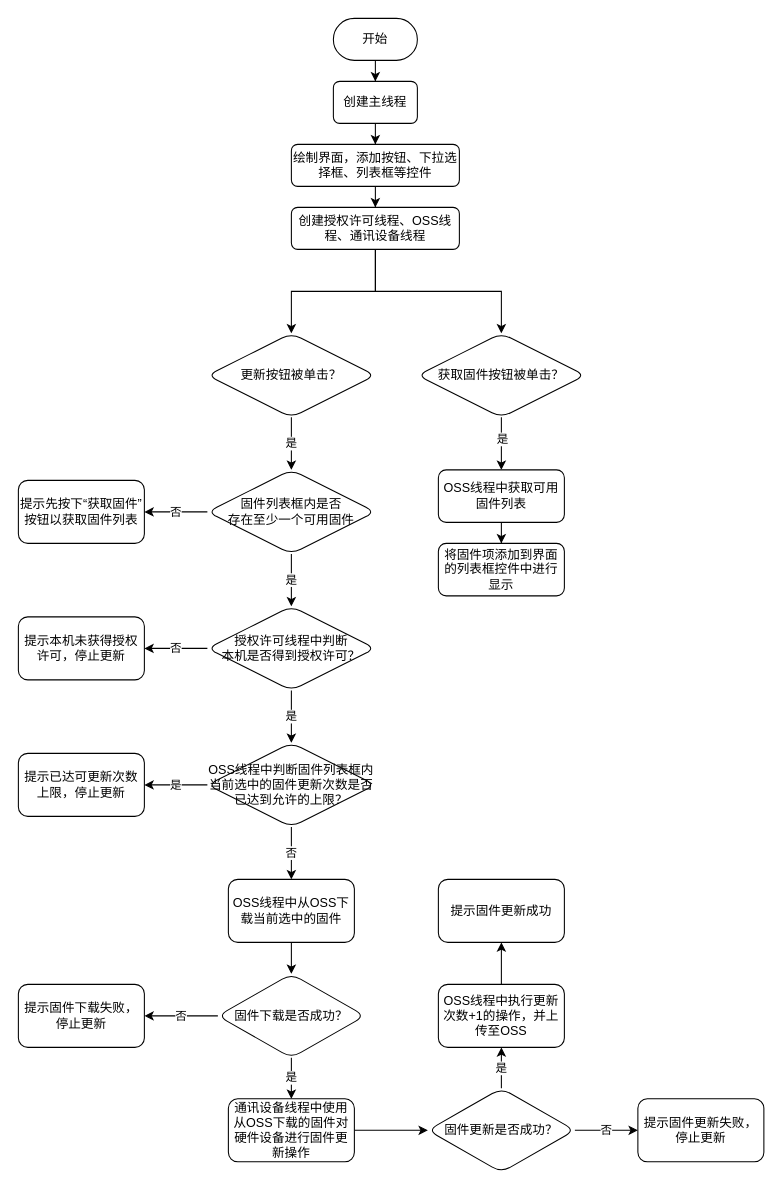
This is page "整体流程图" (2 of 2) of DBC_Analyzer.drawio from SummerFalls/DrawIO, a draw.io file, before an edit. Source tidied: cells renumbered, new cells numbered last; positions are measured from the earlier drawing's top-left corner, leaving out a move shared by most shapes. Both pictures are drawn from the tidied source at 105%, with x=0, y=0 at pixel (18, 18).
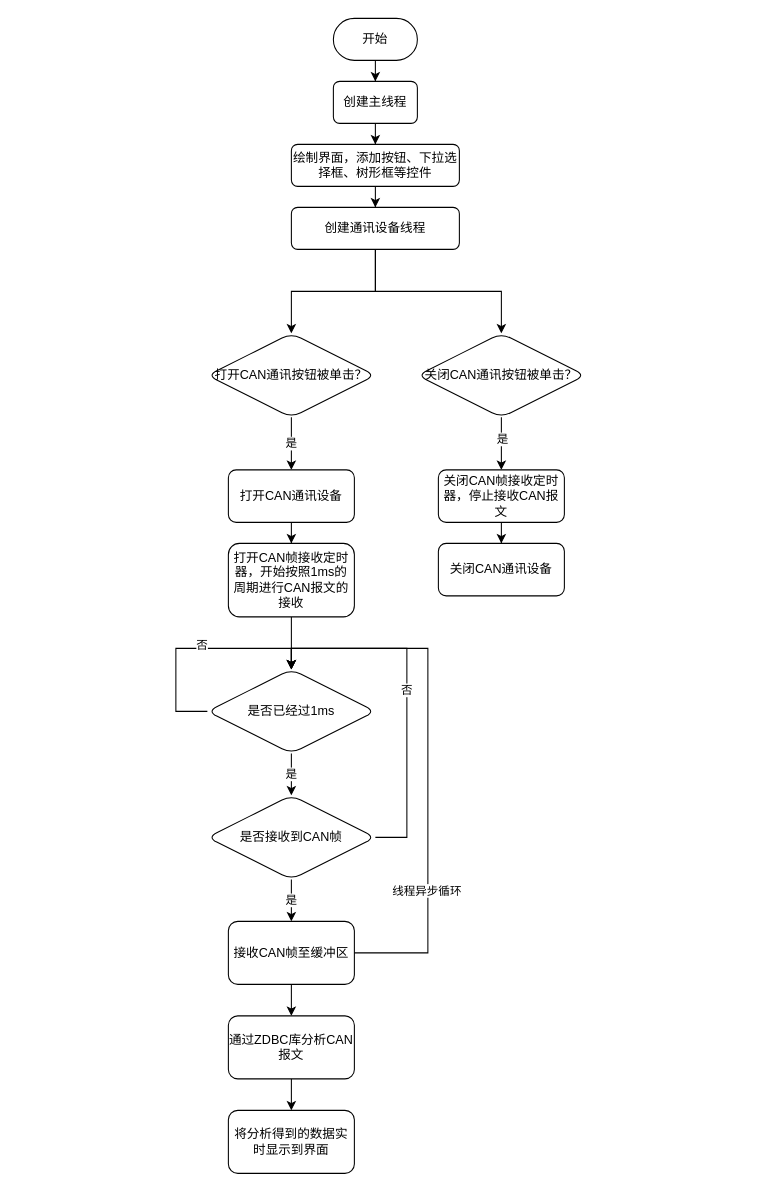
Above is the later version.

Change to the diagram source:
```diff
@@
-    <mxCell id="7" value="绘制界面，添加按钮、下拉选择框、列表框等控件" style="rounded=1;whiteSpace=wrap;html=1;" parent="1" vertex="1">
+    <mxCell id="7" value="绘制界面，添加按钮、下拉选择框、树形框等控件" style="rounded=1;whiteSpace=wrap;html=1;" parent="1" vertex="1">
       <mxGeometry x="260" y="120" width="160" height="40" as="geometry" />
     </mxCell>
@@
-    <mxCell id="10" value="创建授权许可线程、OSS线程、通讯设备线程" style="rounded=1;whiteSpace=wrap;html=1;" parent="1" vertex="1">
+    <mxCell id="10" value="创建通讯设备线程" style="rounded=1;whiteSpace=wrap;html=1;" parent="1" vertex="1">
       <mxGeometry x="260" y="180" width="160" height="40" as="geometry" />
     </mxCell>
@@
-    <mxCell id="13" value="获取固件按钮被单击？" style="rhombus;whiteSpace=wrap;html=1;rounded=1;" parent="1" vertex="1">
+    <mxCell id="13" value="关闭CAN通讯按钮被单击？" style="rhombus;whiteSpace=wrap;html=1;rounded=1;" parent="1" vertex="1">
       <mxGeometry x="380" y="300" width="160" height="80" as="geometry" />
     </mxCell>
@@
-    <mxCell id="15" value="OSS线程中获取可用固件列表" style="whiteSpace=wrap;html=1;rounded=1;" parent="1" vertex="1">
+    <mxCell id="15" value="关闭CAN帧接收定时器，停止接收CAN报文" style="whiteSpace=wrap;html=1;rounded=1;" parent="1" vertex="1">
       <mxGeometry x="400" y="430" width="120" height="50" as="geometry" />
     </mxCell>
-    <mxCell id="16" value="是" style="edgeStyle=orthogonalEdgeStyle;rounded=0;jettySize=auto;html=1;" parent="1" edge="1" source="17" target="22">
+    <mxCell id="16" value="是" style="edgeStyle=orthogonalEdgeStyle;rounded=0;jettySize=auto;html=1;entryX=0.5;entryY=0;entryDx=0;entryDy=0;" parent="1" edge="1" source="17" target="32">
       <mxGeometry relative="1" as="geometry" />
     </mxCell>
-    <mxCell id="17" value="更新按钮被单击？" style="rhombus;whiteSpace=wrap;html=1;rounded=1;" parent="1" vertex="1">
+    <mxCell id="17" value="打开CAN通讯按钮被单击？" style="rhombus;whiteSpace=wrap;html=1;rounded=1;" parent="1" vertex="1">
       <mxGeometry x="180" y="300" width="160" height="80" as="geometry" />
     </mxCell>
-    <mxCell id="18" value="将固件项添加到界面的列表框控件中进行显示" style="whiteSpace=wrap;html=1;rounded=1;" parent="1" vertex="1">
+    <mxCell id="18" value="关闭CAN通讯设备" style="whiteSpace=wrap;html=1;rounded=1;" parent="1" vertex="1">
       <mxGeometry x="400" y="500" width="120" height="50" as="geometry" />
     </mxCell>
-    <mxCell id="19" value="提示先按下“获取固件”按钮以获取固件列表" style="whiteSpace=wrap;html=1;rounded=1;" parent="1" vertex="1">
-      <mxGeometry y="440" width="120" height="60" as="geometry" />
-    </mxCell>
-    <mxCell id="20" value="是" style="edgeStyle=orthogonalEdgeStyle;rounded=0;jettySize=auto;html=1;" parent="1" edge="1" source="22" target="25">
-      <mxGeometry relative="1" as="geometry" />
-    </mxCell>
-    <mxCell id="21" value="否" style="edgeStyle=orthogonalEdgeStyle;rounded=0;jettySize=auto;html=1;" parent="1" edge="1" source="22" target="19">
-      <mxGeometry relative="1" as="geometry" />
-    </mxCell>
+    <mxCell id="46" value="是" style="edgeStyle=orthogonalEdgeStyle;rounded=0;jettySize=auto;html=1;" parent="1" edge="1" source="22" target="53">
+      <mxGeometry relative="1" as="geometry">
+        <Array as="points">
+          <mxPoint x="260" y="740" />
+          <mxPoint x="260" y="740" />
+        </Array>
+      </mxGeometry>
+    </mxCell>
+    <mxCell id="47" style="edgeStyle=orthogonalEdgeStyle;rounded=0;jettySize=auto;html=1;exitX=0;exitY=0.5;exitDx=0;exitDy=0;" parent="1" edge="1" source="22">
+      <mxGeometry relative="1" as="geometry">
+        <mxPoint x="260" y="620" as="targetPoint" />
+        <Array as="points">
+          <mxPoint x="150" y="660" />
+          <mxPoint x="150" y="600" />
+          <mxPoint x="260" y="600" />
+        </Array>
+      </mxGeometry>
+    </mxCell>
+    <mxCell id="48" value="否" style="edgeLabel;html=1;align=center;verticalAlign=middle;" parent="47" vertex="1">
+      <mxGeometry x="0.04" y="4" relative="1" as="geometry" />
+    </mxCell>
-    <mxCell id="22" value="固件列表框内是否&lt;br&gt;存在至少一个可用固件" style="rhombus;whiteSpace=wrap;html=1;rounded=1;" parent="1" vertex="1">
-      <mxGeometry x="180" y="430" width="160" height="80" as="geometry" />
+    <mxCell id="22" value="是否已经过1ms" style="rhombus;whiteSpace=wrap;html=1;rounded=1;" parent="1" vertex="1">
+      <mxGeometry x="180" y="620" width="160" height="80" as="geometry" />
     </mxCell>
-    <mxCell id="23" value="否" style="edgeStyle=orthogonalEdgeStyle;rounded=0;jettySize=auto;html=1;" parent="1" edge="1" source="25" target="26">
-      <mxGeometry relative="1" as="geometry" />
-    </mxCell>
-    <mxCell id="24" value="是" style="edgeStyle=orthogonalEdgeStyle;rounded=0;jettySize=auto;html=1;" parent="1" edge="1" source="25" target="29">
-      <mxGeometry relative="1" as="geometry" />
-    </mxCell>
-    <mxCell id="25" value="授权许可线程中判断&lt;br&gt;本机是否得到授权许可？" style="rhombus;whiteSpace=wrap;html=1;rounded=1;" parent="1" vertex="1">
-      <mxGeometry x="180" y="560" width="160" height="80" as="geometry" />
-    </mxCell>
-    <mxCell id="26" value="提示本机未获得授权许可，停止更新" style="whiteSpace=wrap;html=1;rounded=1;" parent="1" vertex="1">
-      <mxGeometry y="570" width="120" height="60" as="geometry" />
-    </mxCell>
-    <mxCell id="27" value="是" style="edgeStyle=orthogonalEdgeStyle;rounded=0;jettySize=auto;html=1;" parent="1" edge="1" source="29" target="30">
-      <mxGeometry relative="1" as="geometry" />
-    </mxCell>
-    <mxCell id="28" value="否" style="edgeStyle=orthogonalEdgeStyle;rounded=0;jettySize=auto;html=1;" parent="1" edge="1" source="29" target="32">
-      <mxGeometry relative="1" as="geometry" />
-    </mxCell>
-    <mxCell id="29" value="OSS线程中判断固件列表框内当前选中的固件更新次数是否已达到允许的上限？" style="rhombus;whiteSpace=wrap;html=1;rounded=1;" parent="1" vertex="1">
-      <mxGeometry x="180" y="690" width="160" height="80" as="geometry" />
-    </mxCell>
-    <mxCell id="30" value="提示已达可更新次数上限，停止更新" style="whiteSpace=wrap;html=1;rounded=1;" parent="1" vertex="1">
-      <mxGeometry y="700" width="120" height="60" as="geometry" />
-    </mxCell>
-    <mxCell id="31" style="edgeStyle=orthogonalEdgeStyle;rounded=0;jettySize=auto;html=1;" parent="1" edge="1" source="32" target="35">
+    <mxCell id="31" style="edgeStyle=orthogonalEdgeStyle;rounded=0;jettySize=auto;html=1;entryX=0.5;entryY=0;entryDx=0;entryDy=0;" parent="1" edge="1" source="32" target="36">
       <mxGeometry relative="1" as="geometry" />
     </mxCell>
-    <mxCell id="32" value="&lt;span&gt;OSS线程中从OSS下载当前选中的固件&lt;/span&gt;" style="whiteSpace=wrap;html=1;rounded=1;" parent="1" vertex="1">
-      <mxGeometry x="200" y="820" width="120" height="60" as="geometry" />
+    <mxCell id="32" value="&lt;span&gt;打开CAN通讯设备&lt;/span&gt;" style="whiteSpace=wrap;html=1;rounded=1;" parent="1" vertex="1">
+      <mxGeometry x="200" y="430" width="120" height="50" as="geometry" />
     </mxCell>
-    <mxCell id="33" value="否" style="edgeStyle=orthogonalEdgeStyle;rounded=0;jettySize=auto;html=1;" parent="1" edge="1" source="35" target="36">
-      <mxGeometry relative="1" as="geometry" />
-    </mxCell>
-    <mxCell id="34" value="是" style="edgeStyle=orthogonalEdgeStyle;rounded=0;jettySize=auto;html=1;" parent="1" edge="1" source="35" target="38">
-      <mxGeometry relative="1" as="geometry" />
-    </mxCell>
-    <mxCell id="35" value="固件下载是否成功？" style="rhombus;whiteSpace=wrap;html=1;rounded=1;" parent="1" vertex="1">
-      <mxGeometry x="190" y="910" width="140" height="80" as="geometry" />
-    </mxCell>
+    <mxCell id="49" style="edgeStyle=orthogonalEdgeStyle;rounded=0;jettySize=auto;html=1;" parent="1" edge="1" source="36" target="22">
+      <mxGeometry relative="1" as="geometry" />
+    </mxCell>
-    <mxCell id="36" value="提示固件下载失败，停止更新" style="whiteSpace=wrap;html=1;rounded=1;" parent="1" vertex="1">
-      <mxGeometry y="920" width="120" height="60" as="geometry" />
+    <mxCell id="36" value="打开CAN帧接收定时器，开始按照1ms的周期进行CAN报文的接收" style="whiteSpace=wrap;html=1;rounded=1;" parent="1" vertex="1">
+      <mxGeometry x="200" y="500" width="120" height="70" as="geometry" />
     </mxCell>
-    <mxCell id="37" style="edgeStyle=orthogonalEdgeStyle;rounded=0;jettySize=auto;html=1;" parent="1" edge="1" source="38" target="41">
-      <mxGeometry relative="1" as="geometry" />
-    </mxCell>
-    <mxCell id="38" value="通讯设备线程中使用从OSS下载的固件对硬件设备进行固件更新操作" style="whiteSpace=wrap;html=1;rounded=1;" parent="1" vertex="1">
-      <mxGeometry x="200" y="1029" width="120" height="60" as="geometry" />
-    </mxCell>
-    <mxCell id="39" value="否" style="edgeStyle=orthogonalEdgeStyle;rounded=0;jettySize=auto;html=1;" parent="1" edge="1" source="41" target="42">
-      <mxGeometry relative="1" as="geometry" />
-    </mxCell>
-    <mxCell id="40" value="是" style="edgeStyle=orthogonalEdgeStyle;rounded=0;jettySize=auto;html=1;" parent="1" edge="1" source="41" target="44">
-      <mxGeometry relative="1" as="geometry" />
-    </mxCell>
-    <mxCell id="41" value="固件更新是否成功？" style="rhombus;whiteSpace=wrap;html=1;rounded=1;" parent="1" vertex="1">
-      <mxGeometry x="390" y="1019" width="140" height="80" as="geometry" />
-    </mxCell>
-    <mxCell id="42" value="提示固件更新失败，停止更新" style="whiteSpace=wrap;html=1;rounded=1;" parent="1" vertex="1">
-      <mxGeometry x="590" y="1029" width="120" height="60" as="geometry" />
-    </mxCell>
-    <mxCell id="43" style="edgeStyle=orthogonalEdgeStyle;rounded=0;jettySize=auto;html=1;" parent="1" edge="1" source="44" target="45">
-      <mxGeometry relative="1" as="geometry" />
-    </mxCell>
-    <mxCell id="44" value="OSS线程中执行更新次数+1的操作，并上传至OSS" style="whiteSpace=wrap;html=1;rounded=1;" parent="1" vertex="1">
-      <mxGeometry x="400" y="920" width="120" height="60" as="geometry" />
-    </mxCell>
+    <mxCell id="50" style="edgeStyle=orthogonalEdgeStyle;rounded=0;jettySize=auto;html=1;" parent="1" edge="1" source="45" target="55">
+      <mxGeometry relative="1" as="geometry" />
+    </mxCell>
-    <mxCell id="45" value="提示固件更新成功" style="whiteSpace=wrap;html=1;rounded=1;" parent="1" vertex="1">
-      <mxGeometry x="400" y="820" width="120" height="60" as="geometry" />
+    <mxCell id="45" value="接收CAN帧至缓冲区" style="whiteSpace=wrap;html=1;rounded=1;" parent="1" vertex="1">
+      <mxGeometry x="200" y="860" width="120" height="60" as="geometry" />
     </mxCell>
+    <mxCell id="51" value="否" style="edgeStyle=orthogonalEdgeStyle;rounded=0;jettySize=auto;html=1;exitX=1;exitY=0.5;exitDx=0;exitDy=0;entryX=0.5;entryY=0;entryDx=0;entryDy=0;" parent="1" edge="1" source="53" target="22">
+      <mxGeometry relative="1" as="geometry">
+        <Array as="points">
+          <mxPoint x="370" y="780" />
+          <mxPoint x="370" y="600" />
+          <mxPoint x="260" y="600" />
+        </Array>
+      </mxGeometry>
+    </mxCell>
+    <mxCell id="52" value="是" style="edgeStyle=orthogonalEdgeStyle;rounded=0;jettySize=auto;html=1;" parent="1" edge="1" source="53" target="45">
+      <mxGeometry relative="1" as="geometry" />
+    </mxCell>
+    <mxCell id="53" value="是否接收到CAN帧" style="rhombus;whiteSpace=wrap;html=1;rounded=1;" parent="1" vertex="1">
+      <mxGeometry x="180" y="740" width="160" height="80" as="geometry" />
+    </mxCell>
+    <mxCell id="54" style="edgeStyle=orthogonalEdgeStyle;rounded=0;jettySize=auto;html=1;" parent="1" edge="1" source="55" target="58">
+      <mxGeometry relative="1" as="geometry" />
+    </mxCell>
+    <mxCell id="55" value="通过ZDBC库分析CAN报文" style="whiteSpace=wrap;html=1;rounded=1;" parent="1" vertex="1">
+      <mxGeometry x="200" y="950" width="120" height="60" as="geometry" />
+    </mxCell>
+    <mxCell id="56" style="edgeStyle=orthogonalEdgeStyle;rounded=0;jettySize=auto;html=1;exitX=1;exitY=0.5;exitDx=0;exitDy=0;entryX=0.5;entryY=0;entryDx=0;entryDy=0;" parent="1" edge="1" source="45" target="22">
+      <mxGeometry relative="1" as="geometry">
+        <Array as="points">
+          <mxPoint x="390" y="890" />
+          <mxPoint x="390" y="600" />
+          <mxPoint x="260" y="600" />
+        </Array>
+      </mxGeometry>
+    </mxCell>
+    <mxCell id="57" value="线程异步循环" style="edgeLabel;html=1;align=center;verticalAlign=middle;" parent="56" vertex="1">
+      <mxGeometry x="-0.49" y="2" relative="1" as="geometry" />
+    </mxCell>
+    <mxCell id="58" value="将分析得到的数据实时显示到界面" style="whiteSpace=wrap;html=1;rounded=1;" parent="1" vertex="1">
+      <mxGeometry x="200" y="1040" width="120" height="60" as="geometry" />
+    </mxCell>
```
